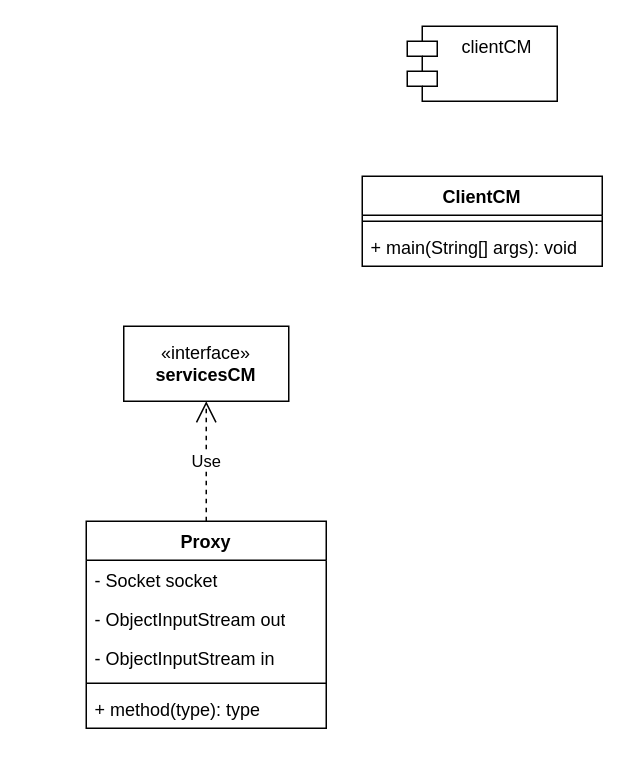
Qu4draetto-A3B/UniLab-docs keeps this draw.io diagram as fig/drawio/clientCM.drawio. Above is the earlier version. Source tidied: cells renumbered, new cells numbered last; positions are measured from the earlier drawing's top-left corner, leaving out a move shared by most shapes. Both pictures are drawn from the tidied source at 150%, with x=0, y=0 at pixel (86, 26).
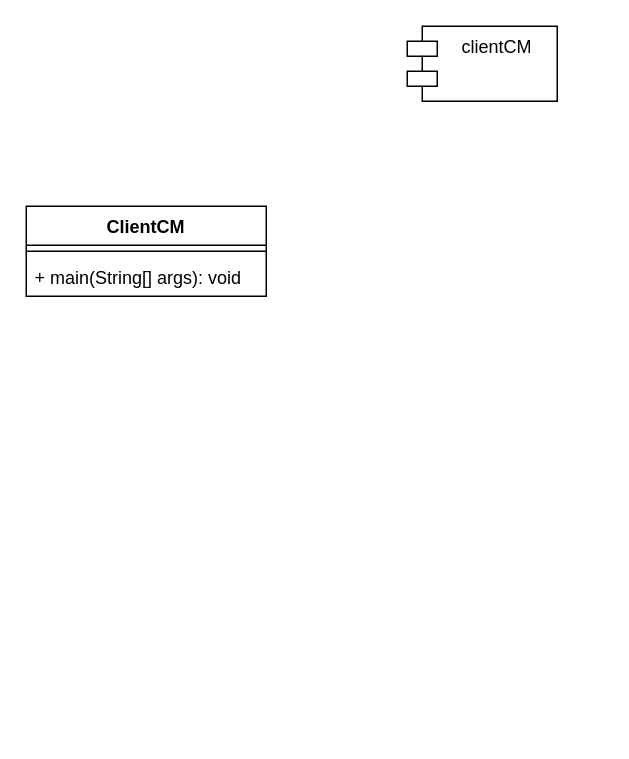
After the change.

The edit, as a diff of the source:
```diff
@@
 <mxGraphModel>
   <root>
     <mxCell id="0" />
     <mxCell id="1" parent="0" />
     <mxCell id="2" value="clientCM" style="shape=module;align=left;spacingLeft=20;align=center;verticalAlign=top;whiteSpace=wrap;html=1;" parent="1" vertex="1">
       <mxGeometry x="214" width="100" height="50" as="geometry" />
     </mxCell>
     <mxCell id="3" value="ClientCM" style="swimlane;fontStyle=1;align=center;verticalAlign=top;horizontal=1;startSize=26;whiteSpace=wrap;html=1;" parent="1" vertex="1">
-      <mxGeometry x="184" y="100" width="160" height="60" as="geometry" />
+      <mxGeometry x="-40" y="120" width="160" height="60" as="geometry" />
     </mxCell>
     <mxCell id="4" style="line;strokeWidth=1;fillColor=none;align=left;verticalAlign=middle;spacingTop=-1;spacingLeft=3;spacingRight=3;labelPosition=right;strokeColor=inherit;" parent="3" vertex="1">
       <mxGeometry y="26" width="160" height="8" as="geometry" />
     </mxCell>
     <mxCell id="5" value="+ main(String[] args): void" style="text;strokeColor=none;fillColor=none;align=left;verticalAlign=top;spacingLeft=4;spacingRight=4;overflow=hidden;whiteSpace=wrap;html=1;" parent="3" vertex="1">
       <mxGeometry y="34" width="160" height="26" as="geometry" />
     </mxCell>
-    <mxCell id="6" value="Proxy" style="swimlane;fontStyle=1;align=center;verticalAlign=top;horizontal=1;startSize=26;whiteSpace=wrap;html=1;" parent="1" vertex="1">
-      <mxGeometry y="330" width="160" height="138" as="geometry" />
-    </mxCell>
-    <mxCell id="7" value="- Socket socket" style="text;strokeColor=none;fillColor=none;align=left;verticalAlign=top;spacingLeft=4;spacingRight=4;overflow=hidden;whiteSpace=wrap;html=1;" parent="6" vertex="1">
-      <mxGeometry y="26" width="160" height="26" as="geometry" />
-    </mxCell>
-    <mxCell id="8" value="- ObjectInputStream out" style="text;strokeColor=none;fillColor=none;align=left;verticalAlign=top;spacingLeft=4;spacingRight=4;overflow=hidden;whiteSpace=wrap;html=1;" parent="6" vertex="1">
-      <mxGeometry y="52" width="160" height="26" as="geometry" />
-    </mxCell>
-    <mxCell id="9" value="- ObjectInputStream in" style="text;strokeColor=none;fillColor=none;align=left;verticalAlign=top;spacingLeft=4;spacingRight=4;overflow=hidden;whiteSpace=wrap;html=1;" parent="6" vertex="1">
-      <mxGeometry y="78" width="160" height="26" as="geometry" />
-    </mxCell>
-    <mxCell id="10" style="line;strokeWidth=1;fillColor=none;align=left;verticalAlign=middle;spacingTop=-1;spacingLeft=3;spacingRight=3;labelPosition=right;strokeColor=inherit;" parent="6" vertex="1">
-      <mxGeometry y="104" width="160" height="8" as="geometry" />
-    </mxCell>
-    <mxCell id="11" value="+ method(type): type" style="text;strokeColor=none;fillColor=none;align=left;verticalAlign=top;spacingLeft=4;spacingRight=4;overflow=hidden;whiteSpace=wrap;html=1;" parent="6" vertex="1">
-      <mxGeometry y="112" width="160" height="26" as="geometry" />
-    </mxCell>
-    <mxCell id="12" value="Use" style="endArrow=open;endSize=12;dashed=1;html=1;rounded=0;exitX=0.5;exitY=0;exitDx=0;exitDy=0;entryX=0.5;entryY=1;entryDx=0;entryDy=0;" parent="1" edge="1" source="6" target="13">
-      <mxGeometry relative="1" as="geometry" />
-    </mxCell>
-    <mxCell id="13" value="«interface»&lt;br&gt;&lt;b&gt;servicesCM&lt;/b&gt;" style="html=1;whiteSpace=wrap;" parent="1" vertex="1">
-      <mxGeometry x="25" y="200" width="110" height="50" as="geometry" />
-    </mxCell>
   </root>
 </mxGraphModel>
```
